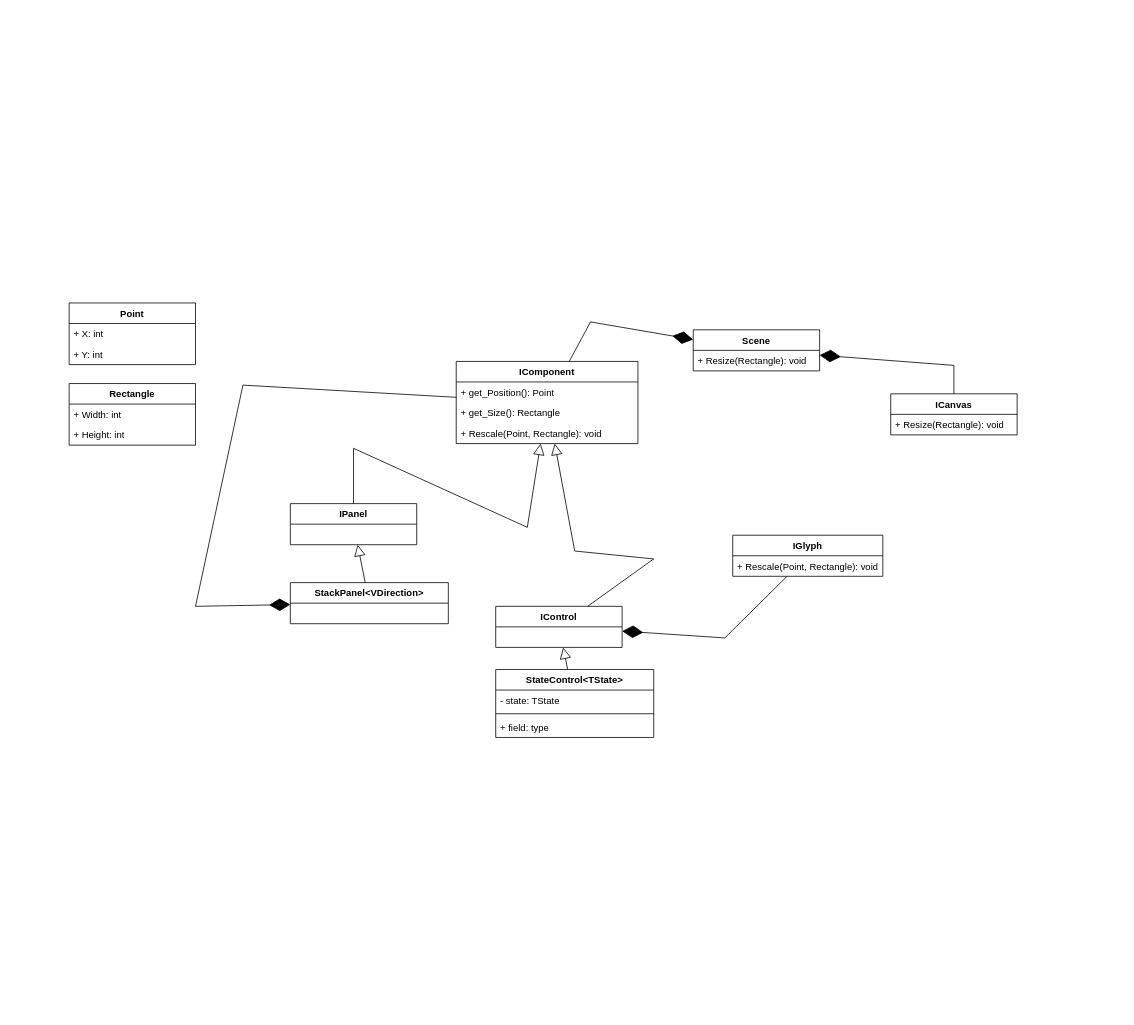
Above: doc/ui/class_diagram.drawio in vitalii-samoilenko/voicemeeter-deskband (draw.io), before the change. Source tidied: cells renumbered, new cells numbered last; positions are measured from the earlier drawing's top-left corner, leaving out a move shared by most shapes. Both pictures are drawn from the tidied source at 79%, with x=0, y=0 at pixel (69, 303).
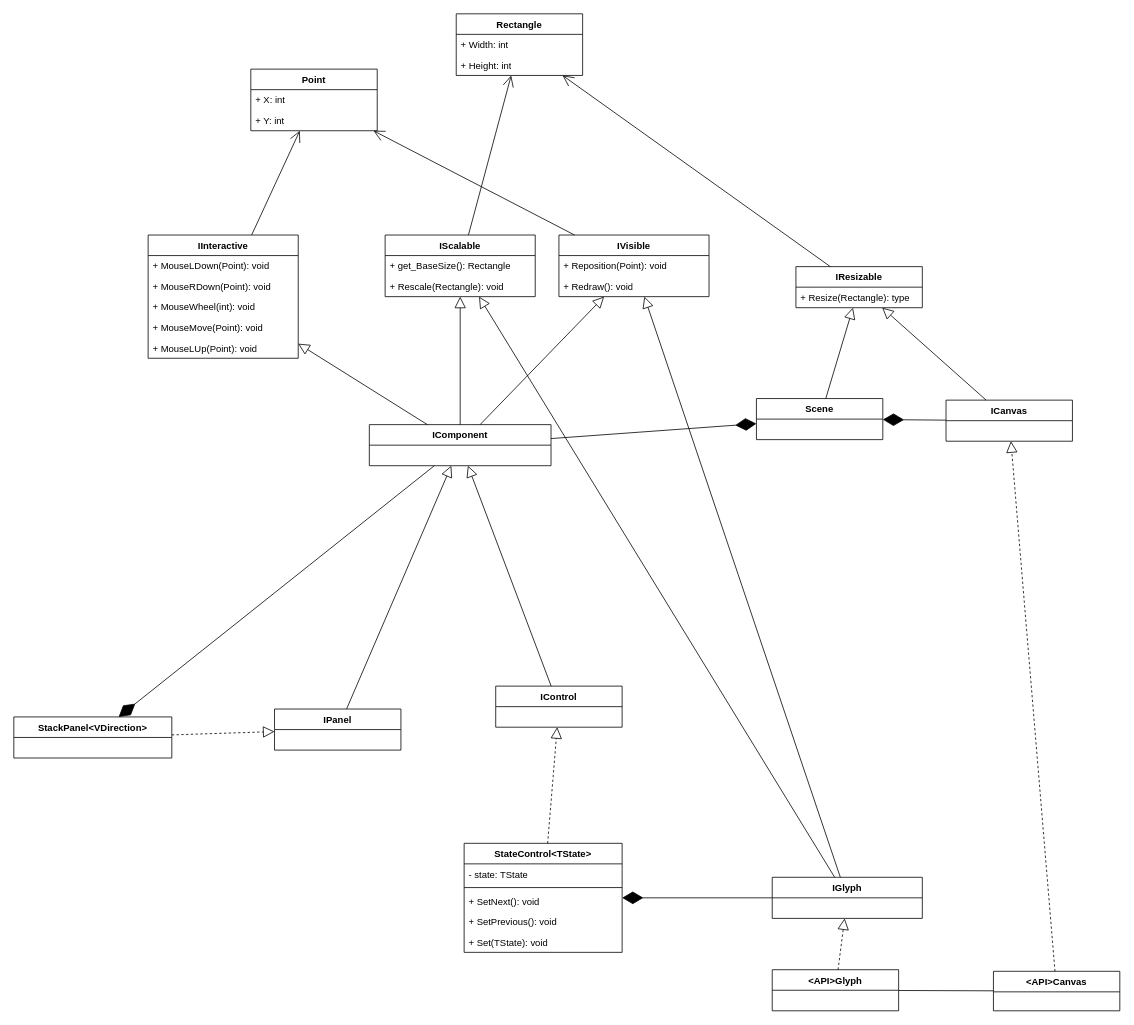
Above is the later version.

Commit message (it also covers changes not shown here):
Refine base knowledge and class diagram

Change to the diagram source:
```diff
@@
     <mxCell id="2" value="ICanvas" style="swimlane;fontStyle=1;align=center;verticalAlign=top;horizontal=1;startSize=26;whiteSpace=wrap;html=1;" parent="1" vertex="1">
-      <mxGeometry x="1040" y="115" width="160" height="52" as="geometry" />
+      <mxGeometry x="1110" y="123" width="160" height="52" as="geometry" />
     </mxCell>
-    <mxCell id="3" value="+ Resize(Rectangle): void" style="text;strokeColor=none;fillColor=none;align=left;verticalAlign=top;spacingLeft=4;spacingRight=4;overflow=hidden;whiteSpace=wrap;html=1;" parent="2" vertex="1">
-      <mxGeometry y="26" width="160" height="26" as="geometry" />
-    </mxCell>
     <mxCell id="4" value="IGlyph" style="swimlane;fontStyle=1;align=center;verticalAlign=top;horizontal=1;startSize=26;whiteSpace=wrap;html=1;" parent="1" vertex="1">
-      <mxGeometry x="840" y="294" width="190" height="52" as="geometry" />
+      <mxGeometry x="890" y="727" width="190" height="52" as="geometry" />
     </mxCell>
-    <mxCell id="5" value="+ Rescale(Point, Rectangle): void" style="text;strokeColor=none;fillColor=none;align=left;verticalAlign=top;spacingLeft=4;spacingRight=4;overflow=hidden;whiteSpace=wrap;html=1;" parent="4" vertex="1">
-      <mxGeometry y="26" width="190" height="26" as="geometry" />
-    </mxCell>
     <mxCell id="6" value="IComponent" style="swimlane;fontStyle=1;align=center;verticalAlign=top;horizontal=1;startSize=26;whiteSpace=wrap;html=1;" parent="1" vertex="1">
-      <mxGeometry x="490" y="74" width="230" height="104" as="geometry" />
+      <mxGeometry x="380" y="154" width="230" height="52" as="geometry" />
     </mxCell>
-    <mxCell id="7" value="+ get_Position(): Point" style="text;strokeColor=none;fillColor=none;align=left;verticalAlign=top;spacingLeft=4;spacingRight=4;overflow=hidden;whiteSpace=wrap;html=1;" parent="6" vertex="1">
-      <mxGeometry y="26" width="230" height="26" as="geometry" />
-    </mxCell>
-    <mxCell id="8" value="+ get_Size(): Rectangle" style="text;strokeColor=none;fillColor=none;align=left;verticalAlign=top;spacingLeft=4;spacingRight=4;overflow=hidden;whiteSpace=wrap;html=1;" parent="6" vertex="1">
-      <mxGeometry y="52" width="230" height="26" as="geometry" />
-    </mxCell>
-    <mxCell id="9" value="+ Rescale(Point, Rectangle): void" style="text;strokeColor=none;fillColor=none;align=left;verticalAlign=top;spacingLeft=4;spacingRight=4;overflow=hidden;whiteSpace=wrap;html=1;" parent="6" vertex="1">
-      <mxGeometry y="78" width="230" height="26" as="geometry" />
-    </mxCell>
     <mxCell id="10" value="IPanel" style="swimlane;fontStyle=1;align=center;verticalAlign=top;horizontal=1;startSize=26;whiteSpace=wrap;html=1;" parent="1" vertex="1">
-      <mxGeometry x="280" y="254" width="160" height="52" as="geometry" />
+      <mxGeometry x="260" y="514" width="160" height="52" as="geometry" />
     </mxCell>
     <mxCell id="11" value="IControl" style="swimlane;fontStyle=1;align=center;verticalAlign=top;horizontal=1;startSize=26;whiteSpace=wrap;html=1;" parent="1" vertex="1">
-      <mxGeometry x="540" y="384" width="160" height="52" as="geometry" />
+      <mxGeometry x="540" y="485" width="160" height="52" as="geometry" />
     </mxCell>
     <mxCell id="12" value="StateControl&amp;lt;TState&amp;gt;" style="swimlane;fontStyle=1;align=center;verticalAlign=top;horizontal=1;startSize=26;whiteSpace=wrap;html=1;" parent="1" vertex="1">
-      <mxGeometry x="540" y="464" width="200" height="86" as="geometry" />
+      <mxGeometry x="500" y="684" width="200" height="138" as="geometry" />
     </mxCell>
-    <mxCell id="13" value="- state: TState" style="text;strokeColor=none;fillColor=none;align=left;verticalAlign=top;spacingLeft=4;spacingRight=4;overflow=hidden;whiteSpace=wrap;html=1;" parent="12" vertex="1">
-      <mxGeometry y="26" width="200" height="26" as="geometry" />
-    </mxCell>
+    <mxCell id="15" value="- state: TState" style="text;strokeColor=none;fillColor=none;align=left;verticalAlign=top;spacingLeft=4;spacingRight=4;overflow=hidden;whiteSpace=wrap;html=1;" parent="12" vertex="1">
+      <mxGeometry y="26" width="200" height="26" as="geometry" />
+    </mxCell>
@@
-    <mxCell id="15" value="+ field: type" style="text;strokeColor=none;fillColor=none;align=left;verticalAlign=top;spacingLeft=4;spacingRight=4;overflow=hidden;whiteSpace=wrap;html=1;" parent="12" vertex="1">
-      <mxGeometry y="60" width="200" height="26" as="geometry" />
-    </mxCell>
+    <mxCell id="33" value="+ SetNext(): void" style="text;strokeColor=none;fillColor=none;align=left;verticalAlign=top;spacingLeft=4;spacingRight=4;overflow=hidden;whiteSpace=wrap;html=1;" parent="12" vertex="1">
+      <mxGeometry y="60" width="200" height="26" as="geometry" />
+    </mxCell>
+    <mxCell id="34" value="+ SetPrevious(): void" style="text;strokeColor=none;fillColor=none;align=left;verticalAlign=top;spacingLeft=4;spacingRight=4;overflow=hidden;whiteSpace=wrap;html=1;" parent="12" vertex="1">
+      <mxGeometry y="86" width="200" height="26" as="geometry" />
+    </mxCell>
+    <mxCell id="35" value="+ Set(TState): void" style="text;strokeColor=none;fillColor=none;align=left;verticalAlign=top;spacingLeft=4;spacingRight=4;overflow=hidden;whiteSpace=wrap;html=1;" parent="12" vertex="1">
+      <mxGeometry y="112" width="200" height="26" as="geometry" />
+    </mxCell>
     <mxCell id="16" value="Scene" style="swimlane;fontStyle=1;align=center;verticalAlign=top;horizontal=1;startSize=26;whiteSpace=wrap;html=1;" parent="1" vertex="1">
-      <mxGeometry x="790" y="34" width="160" height="52" as="geometry" />
+      <mxGeometry x="870" y="121" width="160" height="52" as="geometry" />
     </mxCell>
-    <mxCell id="17" value="+ Resize(Rectangle): void" style="text;strokeColor=none;fillColor=none;align=left;verticalAlign=top;spacingLeft=4;spacingRight=4;overflow=hidden;whiteSpace=wrap;html=1;" parent="16" vertex="1">
-      <mxGeometry y="26" width="160" height="26" as="geometry" />
-    </mxCell>
     <mxCell id="18" style="endArrow=diamondThin;endFill=1;endSize=24;html=1;rounded=0;" parent="1" edge="1" source="2" target="16">
-      <mxGeometry relative="1" as="geometry">
-        <Array as="points">
-          <mxPoint x="1120" y="79" />
-        </Array>
-      </mxGeometry>
+      <mxGeometry relative="1" as="geometry" />
     </mxCell>
-    <mxCell id="19" style="endArrow=diamondThin;endFill=1;endSize=24;html=1;rounded=0;" parent="1" edge="1" source="4" target="11">
-      <mxGeometry relative="1" as="geometry">
-        <Array as="points">
-          <mxPoint x="830" y="424" />
-        </Array>
-      </mxGeometry>
+    <mxCell id="19" style="endArrow=diamondThin;endFill=1;endSize=24;html=1;rounded=0;" parent="1" edge="1" source="4" target="12">
+      <mxGeometry relative="1" as="geometry" />
     </mxCell>
     <mxCell id="20" style="endArrow=diamondThin;endFill=1;endSize=24;html=1;rounded=0;" parent="1" edge="1" source="6" target="16">
-      <mxGeometry relative="1" as="geometry">
-        <Array as="points">
-          <mxPoint x="660" y="24" />
-        </Array>
-      </mxGeometry>
+      <mxGeometry relative="1" as="geometry" />
     </mxCell>
-    <mxCell id="21" style="endArrow=block;endFill=0;endSize=12;html=1;rounded=0;" parent="1" edge="1" source="12" target="11">
+    <mxCell id="21" style="endArrow=block;endFill=0;endSize=12;html=1;rounded=0;dashed=1;" parent="1" edge="1" source="12" target="11">
       <mxGeometry relative="1" as="geometry" />
     </mxCell>
     <mxCell id="22" style="endArrow=block;endFill=0;endSize=12;html=1;rounded=0;" parent="1" edge="1" source="11" target="6">
-      <mxGeometry relative="1" as="geometry">
-        <Array as="points">
-          <mxPoint x="740" y="324" />
-          <mxPoint x="640" y="314" />
-        </Array>
-      </mxGeometry>
+      <mxGeometry relative="1" as="geometry" />
     </mxCell>
     <mxCell id="23" style="endArrow=block;endFill=0;endSize=12;html=1;rounded=0;" parent="1" edge="1" source="10" target="6">
-      <mxGeometry relative="1" as="geometry">
-        <Array as="points">
-          <mxPoint x="360" y="184" />
-          <mxPoint x="580" y="284" />
-        </Array>
-      </mxGeometry>
+      <mxGeometry relative="1" as="geometry" />
     </mxCell>
     <mxCell id="24" value="Point" style="swimlane;fontStyle=1;align=center;verticalAlign=top;horizontal=1;startSize=26;whiteSpace=wrap;html=1;" parent="1" vertex="1">
-      <mxGeometry width="160" height="78" as="geometry" />
+      <mxGeometry x="230" y="-296" width="160" height="78" as="geometry" />
     </mxCell>
@@
     <mxCell id="27" value="Rectangle" style="swimlane;fontStyle=1;align=center;verticalAlign=top;horizontal=1;startSize=26;whiteSpace=wrap;html=1;" parent="1" vertex="1">
-      <mxGeometry y="102" width="160" height="78" as="geometry" />
+      <mxGeometry x="490" y="-366" width="160" height="78" as="geometry" />
     </mxCell>
@@
     <mxCell id="30" value="StackPanel&amp;lt;VDirection&amp;gt;" style="swimlane;fontStyle=1;align=center;verticalAlign=top;horizontal=1;startSize=26;whiteSpace=wrap;html=1;" parent="1" vertex="1">
-      <mxGeometry x="280" y="354" width="200" height="52" as="geometry" />
+      <mxGeometry x="-70" y="524" width="200" height="52" as="geometry" />
     </mxCell>
     <mxCell id="31" style="endArrow=diamondThin;endFill=1;endSize=24;html=1;rounded=0;" parent="1" edge="1" source="6" target="30">
-      <mxGeometry relative="1" as="geometry">
-        <Array as="points">
-          <mxPoint x="220" y="104" />
-          <mxPoint x="160" y="384" />
-        </Array>
-      </mxGeometry>
+      <mxGeometry relative="1" as="geometry" />
     </mxCell>
-    <mxCell id="32" style="endArrow=block;endFill=0;endSize=12;html=1;rounded=0;" parent="1" edge="1" source="30" target="10">
+    <mxCell id="32" style="endArrow=block;endFill=0;endSize=12;html=1;rounded=0;dashed=1;" parent="1" edge="1" source="30" target="10">
       <mxGeometry relative="1" as="geometry" />
     </mxCell>
+    <mxCell id="36" value="IInteractive" style="swimlane;fontStyle=1;align=center;verticalAlign=top;horizontal=1;startSize=26;whiteSpace=wrap;html=1;" parent="1" vertex="1">
+      <mxGeometry x="100" y="-86" width="190" height="156" as="geometry" />
+    </mxCell>
+    <mxCell id="37" value="+ MouseLDown(Point): void" style="text;strokeColor=none;fillColor=none;align=left;verticalAlign=top;spacingLeft=4;spacingRight=4;overflow=hidden;whiteSpace=wrap;html=1;" parent="36" vertex="1">
+      <mxGeometry y="26" width="190" height="26" as="geometry" />
+    </mxCell>
+    <mxCell id="38" value="+ MouseRDown(Point): void" style="text;strokeColor=none;fillColor=none;align=left;verticalAlign=top;spacingLeft=4;spacingRight=4;overflow=hidden;whiteSpace=wrap;html=1;" parent="36" vertex="1">
+      <mxGeometry y="52" width="190" height="26" as="geometry" />
+    </mxCell>
+    <mxCell id="39" value="+ MouseWheel(int): void" style="text;strokeColor=none;fillColor=none;align=left;verticalAlign=top;spacingLeft=4;spacingRight=4;overflow=hidden;whiteSpace=wrap;html=1;" parent="36" vertex="1">
+      <mxGeometry y="78" width="190" height="26" as="geometry" />
+    </mxCell>
+    <mxCell id="40" value="+ MouseMove(Point): void" style="text;strokeColor=none;fillColor=none;align=left;verticalAlign=top;spacingLeft=4;spacingRight=4;overflow=hidden;whiteSpace=wrap;html=1;" parent="36" vertex="1">
+      <mxGeometry y="104" width="190" height="26" as="geometry" />
+    </mxCell>
+    <mxCell id="41" value="+ MouseLUp(Point): void" style="text;strokeColor=none;fillColor=none;align=left;verticalAlign=top;spacingLeft=4;spacingRight=4;overflow=hidden;whiteSpace=wrap;html=1;" parent="36" vertex="1">
+      <mxGeometry y="130" width="190" height="26" as="geometry" />
+    </mxCell>
+    <mxCell id="42" value="IScalable" style="swimlane;fontStyle=1;align=center;verticalAlign=top;horizontal=1;startSize=26;whiteSpace=wrap;html=1;" parent="1" vertex="1">
+      <mxGeometry x="400" y="-86" width="190" height="78" as="geometry" />
+    </mxCell>
+    <mxCell id="43" value="+ get_BaseSize(): Rectangle" style="text;strokeColor=none;fillColor=none;align=left;verticalAlign=top;spacingLeft=4;spacingRight=4;overflow=hidden;whiteSpace=wrap;html=1;" parent="42" vertex="1">
+      <mxGeometry y="26" width="190" height="26" as="geometry" />
+    </mxCell>
+    <mxCell id="9" value="+ Rescale(Rectangle): void" style="text;strokeColor=none;fillColor=none;align=left;verticalAlign=top;spacingLeft=4;spacingRight=4;overflow=hidden;whiteSpace=wrap;html=1;" parent="42" vertex="1">
+      <mxGeometry y="52" width="190" height="26" as="geometry" />
+    </mxCell>
+    <mxCell id="44" value="IVisible" style="swimlane;fontStyle=1;align=center;verticalAlign=top;horizontal=1;startSize=26;whiteSpace=wrap;html=1;" parent="1" vertex="1">
+      <mxGeometry x="620" y="-86" width="190" height="78" as="geometry" />
+    </mxCell>
+    <mxCell id="45" value="+ Reposition(Point): void" style="text;strokeColor=none;fillColor=none;align=left;verticalAlign=top;spacingLeft=4;spacingRight=4;overflow=hidden;whiteSpace=wrap;html=1;" parent="44" vertex="1">
+      <mxGeometry y="26" width="190" height="26" as="geometry" />
+    </mxCell>
+    <mxCell id="46" value="+ Redraw(): void" style="text;strokeColor=none;fillColor=none;align=left;verticalAlign=top;spacingLeft=4;spacingRight=4;overflow=hidden;whiteSpace=wrap;html=1;" parent="44" vertex="1">
+      <mxGeometry y="52" width="190" height="26" as="geometry" />
+    </mxCell>
+    <mxCell id="47" value="IResizable" style="swimlane;fontStyle=1;align=center;verticalAlign=top;horizontal=1;startSize=26;whiteSpace=wrap;html=1;" parent="1" vertex="1">
+      <mxGeometry x="920" y="-46" width="160" height="52" as="geometry" />
+    </mxCell>
+    <mxCell id="48" value="+ Resize(Rectangle): type" style="text;strokeColor=none;fillColor=none;align=left;verticalAlign=top;spacingLeft=4;spacingRight=4;overflow=hidden;whiteSpace=wrap;html=1;" parent="47" vertex="1">
+      <mxGeometry y="26" width="160" height="26" as="geometry" />
+    </mxCell>
+    <mxCell id="49" style="endArrow=block;endFill=0;endSize=12;html=1;rounded=0;" parent="1" edge="1" source="16" target="47">
+      <mxGeometry relative="1" as="geometry" />
+    </mxCell>
+    <mxCell id="50" style="endArrow=block;endFill=0;endSize=12;html=1;rounded=0;" parent="1" edge="1" source="2" target="47">
+      <mxGeometry relative="1" as="geometry" />
+    </mxCell>
+    <mxCell id="51" style="endArrow=block;endFill=0;endSize=12;html=1;rounded=0;" parent="1" edge="1" source="6" target="44">
+      <mxGeometry relative="1" as="geometry" />
+    </mxCell>
+    <mxCell id="52" style="endArrow=block;endFill=0;endSize=12;html=1;rounded=0;" parent="1" edge="1" source="6" target="42">
+      <mxGeometry relative="1" as="geometry" />
+    </mxCell>
+    <mxCell id="53" style="endArrow=block;endFill=0;endSize=12;html=1;rounded=0;" parent="1" edge="1" source="6" target="36">
+      <mxGeometry relative="1" as="geometry" />
+    </mxCell>
+    <mxCell id="54" style="endArrow=block;endFill=0;endSize=12;html=1;rounded=0;" parent="1" edge="1" source="4" target="44">
+      <mxGeometry relative="1" as="geometry" />
+    </mxCell>
+    <mxCell id="55" style="endArrow=block;endFill=0;endSize=12;html=1;rounded=0;" parent="1" edge="1" source="4" target="42">
+      <mxGeometry relative="1" as="geometry" />
+    </mxCell>
+    <mxCell id="56" value="&amp;lt;API&amp;gt;Glyph" style="swimlane;fontStyle=1;align=center;verticalAlign=top;horizontal=1;startSize=26;whiteSpace=wrap;html=1;" parent="1" vertex="1">
+      <mxGeometry x="890" y="844" width="160" height="52" as="geometry" />
+    </mxCell>
+    <mxCell id="57" value="&amp;lt;API&amp;gt;Canvas" style="swimlane;fontStyle=1;align=center;verticalAlign=top;horizontal=1;startSize=26;whiteSpace=wrap;html=1;" parent="1" vertex="1">
+      <mxGeometry x="1170" y="846" width="160" height="50" as="geometry" />
+    </mxCell>
+    <mxCell id="58" style="endArrow=block;dashed=1;endFill=0;endSize=12;html=1;rounded=0;" parent="1" edge="1" source="56" target="4">
+      <mxGeometry relative="1" as="geometry" />
+    </mxCell>
+    <mxCell id="59" style="endArrow=block;dashed=1;endFill=0;endSize=12;html=1;rounded=0;" parent="1" edge="1" source="57" target="2">
+      <mxGeometry relative="1" as="geometry" />
+    </mxCell>
+    <mxCell id="60" style="endArrow=none;endFill=0;endSize=12;html=1;rounded=0;" parent="1" edge="1" source="56" target="57">
+      <mxGeometry relative="1" as="geometry" />
+    </mxCell>
+    <mxCell id="61" style="endArrow=open;endFill=1;endSize=12;html=1;rounded=0;" parent="1" edge="1" source="44" target="24">
+      <mxGeometry relative="1" as="geometry" />
+    </mxCell>
+    <mxCell id="62" style="endArrow=open;endFill=1;endSize=12;html=1;rounded=0;" parent="1" edge="1" source="42" target="27">
+      <mxGeometry relative="1" as="geometry" />
+    </mxCell>
+    <mxCell id="63" style="endArrow=open;endFill=1;endSize=12;html=1;rounded=0;" parent="1" edge="1" source="47" target="27">
+      <mxGeometry relative="1" as="geometry" />
+    </mxCell>
+    <mxCell id="64" style="endArrow=open;endFill=1;endSize=12;html=1;rounded=0;" parent="1" edge="1" source="36" target="24">
+      <mxGeometry relative="1" as="geometry" />
+    </mxCell>
```
